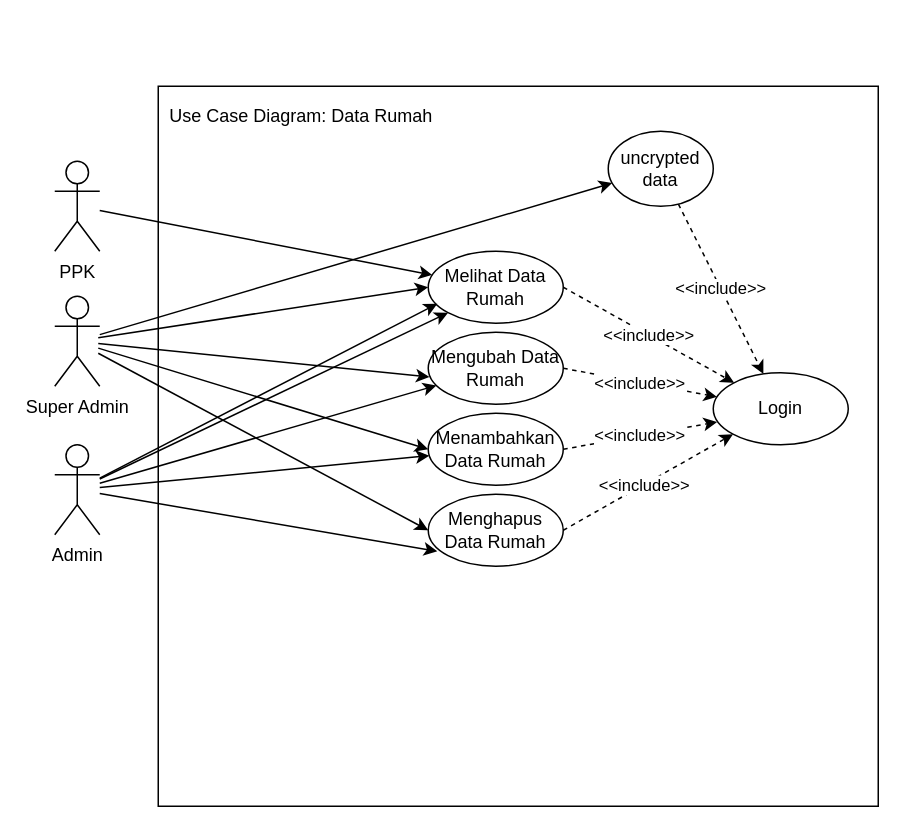
Earlier version of the draw.io diagram page "Data Rumah" (5 of 13) of screenshot/usecasediagram.drawio (ilhamtaufiq/simspald). Source tidied: cells renumbered, new cells numbered last; positions are measured from the earlier drawing's top-left corner, leaving out a move shared by most shapes. Both pictures are drawn from the tidied source at 150%, with x=0, y=0 at pixel (54, 86).
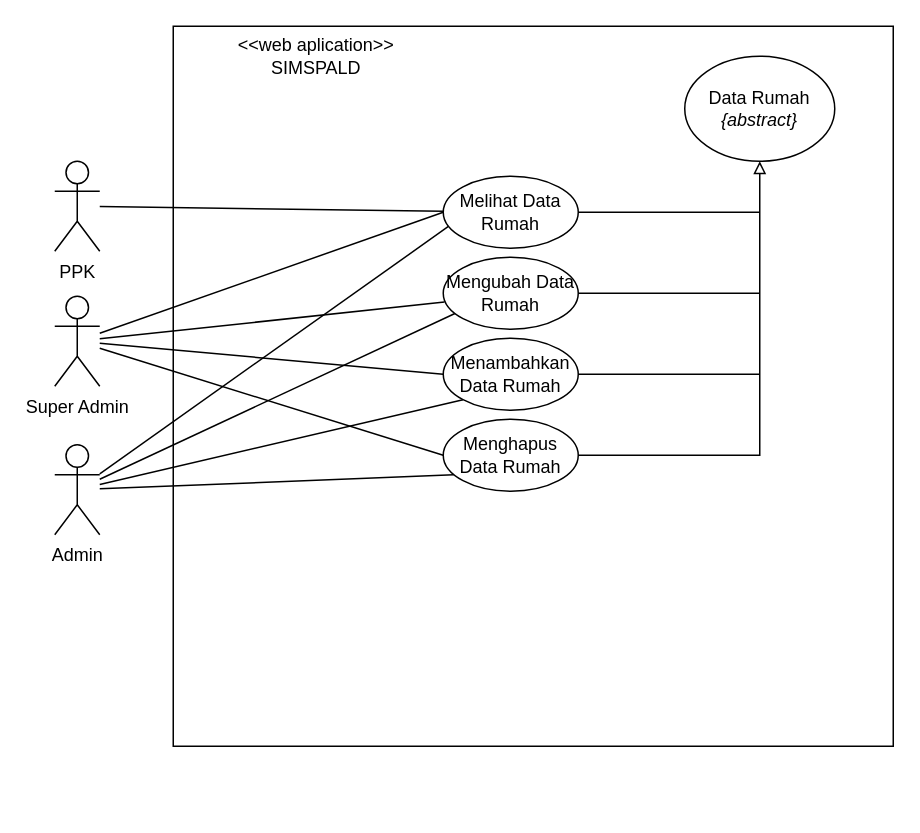
Above is the later version.

Unchanged cells that the change refers to:
```xml
<mxCell id="28" value="PPK" style="shape=umlActor;verticalLabelPosition=bottom;verticalAlign=top;html=1;outlineConnect=0;fillColor=none;" parent="1" vertex="1">
  <mxGeometry y="50" width="30" height="60" as="geometry" />
</mxCell>
```

Diff of the diagram source:
```diff
@@
-    <mxCell id="2" style="whiteSpace=wrap;html=1;fillColor=none;" parent="1" vertex="1">
-      <mxGeometry x="69" width="480" height="480" as="geometry" />
-    </mxCell>
-    <mxCell id="3" style="rounded=0;jettySize=auto;html=1;entryX=0;entryY=0.5;entryDx=0;entryDy=0;" parent="1" edge="1" target="8">
-      <mxGeometry relative="1" as="geometry">
-        <mxPoint x="29" y="167.7" as="sourcePoint" />
-      </mxGeometry>
-    </mxCell>
-    <mxCell id="4" style="edgeStyle=none;rounded=0;jettySize=auto;html=1;entryX=0.009;entryY=0.378;entryDx=0;entryDy=0;entryPerimeter=0;strokeColor=#000000;" parent="1" edge="1" target="9">
-      <mxGeometry relative="1" as="geometry">
-        <mxPoint x="29" y="171.5" as="sourcePoint" />
-      </mxGeometry>
-    </mxCell>
-    <mxCell id="5" style="edgeStyle=none;rounded=0;jettySize=auto;html=1;entryX=0;entryY=0.5;entryDx=0;entryDy=0;strokeColor=#000000;" parent="1" edge="1" target="11">
-      <mxGeometry relative="1" as="geometry">
-        <mxPoint x="29" y="174.6" as="sourcePoint" />
-      </mxGeometry>
-    </mxCell>
-    <mxCell id="6" style="edgeStyle=none;rounded=0;jettySize=auto;html=1;entryX=0;entryY=0.5;entryDx=0;entryDy=0;strokeColor=#000000;" parent="1" edge="1" target="10">
-      <mxGeometry relative="1" as="geometry">
-        <mxPoint x="29" y="178" as="sourcePoint" />
-      </mxGeometry>
-    </mxCell>
-    <mxCell id="7" style="group;" parent="1" vertex="1">
-      <mxGeometry x="249" y="110" width="90" height="210" as="geometry" />
-    </mxCell>
+    <mxCell id="31" style="whiteSpace=wrap;html=1;fillColor=none;" parent="1" vertex="1">
+      <mxGeometry x="79" y="-40" width="480" height="480" as="geometry" />
+    </mxCell>
+    <mxCell id="32" style="rounded=0;jettySize=auto;html=1;entryX=0;entryY=0.5;entryDx=0;entryDy=0;endArrow=none;endFill=0;" parent="1" edge="1" source="20" target="8">
+      <mxGeometry relative="1" as="geometry" />
+    </mxCell>
+    <mxCell id="33" style="edgeStyle=none;rounded=0;jettySize=auto;html=1;entryX=0.009;entryY=0.378;entryDx=0;entryDy=0;entryPerimeter=0;strokeColor=#000000;endArrow=none;endFill=0;" parent="1" edge="1" source="20" target="9">
+      <mxGeometry relative="1" as="geometry" />
+    </mxCell>
+    <mxCell id="34" style="edgeStyle=none;rounded=0;jettySize=auto;html=1;entryX=0;entryY=0.5;entryDx=0;entryDy=0;strokeColor=#000000;endArrow=none;endFill=0;" parent="1" edge="1" source="20" target="11">
+      <mxGeometry relative="1" as="geometry" />
+    </mxCell>
+    <mxCell id="35" style="edgeStyle=none;rounded=0;jettySize=auto;html=1;entryX=0;entryY=0.5;entryDx=0;entryDy=0;strokeColor=#000000;endArrow=none;endFill=0;" parent="1" edge="1" source="20" target="10">
+      <mxGeometry relative="1" as="geometry" />
+    </mxCell>
+    <mxCell id="20" value="Super Admin" style="shape=umlActor;verticalLabelPosition=bottom;verticalAlign=top;html=1;outlineConnect=0;" parent="1" vertex="1">
+      <mxGeometry y="140" width="30" height="60" as="geometry" />
+    </mxCell>
+    <mxCell id="36" style="edgeStyle=none;rounded=0;jettySize=auto;html=1;entryX=0.046;entryY=0.313;entryDx=0;entryDy=0;entryPerimeter=0;strokeColor=#000000;endArrow=none;endFill=0;" parent="1" edge="1" source="26" target="8">
+      <mxGeometry relative="1" as="geometry" />
+    </mxCell>
+    <mxCell id="37" style="edgeStyle=none;rounded=0;jettySize=auto;html=1;shadow=0;startArrow=none;startFill=0;endArrow=none;endFill=0;strokeColor=#000000;" parent="1" edge="1" source="26">
+      <mxGeometry relative="1" as="geometry">
+        <mxPoint x="270" y="150" as="targetPoint" />
+      </mxGeometry>
+    </mxCell>
+    <mxCell id="23" style="edgeStyle=none;rounded=0;jettySize=auto;html=1;entryX=0;entryY=1;entryDx=0;entryDy=0;shadow=0;startArrow=none;startFill=0;endArrow=none;endFill=0;strokeColor=#000000;" parent="1" edge="1" source="26" target="11">
+      <mxGeometry relative="1" as="geometry" />
+    </mxCell>
+    <mxCell id="22" style="edgeStyle=none;rounded=0;jettySize=auto;html=1;entryX=0.078;entryY=0.229;entryDx=0;entryDy=0;entryPerimeter=0;shadow=0;startArrow=none;startFill=0;endArrow=none;endFill=0;strokeColor=#000000;" parent="1" edge="1" source="26" target="10">
+      <mxGeometry relative="1" as="geometry" />
+    </mxCell>
+    <mxCell id="26" value="Admin" style="shape=umlActor;verticalLabelPosition=bottom;verticalAlign=top;html=1;outlineConnect=0;" parent="1" vertex="1">
+      <mxGeometry y="239" width="30" height="60" as="geometry" />
+    </mxCell>
+    <mxCell id="38" style="group;" parent="1" vertex="1">
+      <mxGeometry x="259" y="60" width="90" height="210" as="geometry" />
+    </mxCell>
-    <mxCell id="8" value="Melihat Data Rumah" style="ellipse;whiteSpace=wrap;html=1;flipV=1;" parent="7" vertex="1">
+    <mxCell id="8" value="Melihat Data Rumah" style="ellipse;whiteSpace=wrap;html=1;flipV=1;" parent="38" vertex="1">
       <mxGeometry width="90" height="48" as="geometry" />
     </mxCell>
-    <mxCell id="9" value="Mengubah Data Rumah" style="ellipse;whiteSpace=wrap;html=1;flipV=1;" parent="7" vertex="1">
+    <mxCell id="9" value="Mengubah Data Rumah" style="ellipse;whiteSpace=wrap;html=1;flipV=1;" parent="38" vertex="1">
       <mxGeometry y="54" width="90" height="48" as="geometry" />
     </mxCell>
-    <mxCell id="10" value="Menghapus Data Rumah" style="ellipse;whiteSpace=wrap;html=1;flipV=1;" parent="7" vertex="1">
+    <mxCell id="10" value="Menghapus Data Rumah" style="ellipse;whiteSpace=wrap;html=1;flipV=1;" parent="38" vertex="1">
       <mxGeometry y="162" width="90" height="48" as="geometry" />
     </mxCell>
-    <mxCell id="11" value="Menambahkan Data Rumah" style="ellipse;whiteSpace=wrap;html=1;flipV=1;" parent="7" vertex="1">
+    <mxCell id="11" value="Menambahkan Data Rumah" style="ellipse;whiteSpace=wrap;html=1;flipV=1;" parent="38" vertex="1">
       <mxGeometry y="108" width="90" height="48" as="geometry" />
     </mxCell>
-    <mxCell id="12" value="Login" style="ellipse;whiteSpace=wrap;html=1;flipV=1;" parent="1" vertex="1">
-      <mxGeometry x="439" y="191" width="90" height="48" as="geometry" />
-    </mxCell>
-    <mxCell id="13" value="&amp;lt;&amp;lt;include&amp;gt;&amp;gt;" style="edgeStyle=none;rounded=0;jettySize=auto;html=1;exitX=1;exitY=0.5;exitDx=0;exitDy=0;strokeColor=#000000;dashed=1;shadow=0;" parent="1" edge="1" source="8" target="12">
-      <mxGeometry relative="1" as="geometry" />
-    </mxCell>
-    <mxCell id="14" value="&amp;lt;&amp;lt;include&amp;gt;&amp;gt;" style="edgeStyle=none;rounded=0;jettySize=auto;html=1;exitX=1;exitY=0.5;exitDx=0;exitDy=0;dashed=1;strokeColor=#000000;" parent="1" edge="1" source="9" target="12">
-      <mxGeometry relative="1" as="geometry" />
-    </mxCell>
-    <mxCell id="15" value="&amp;lt;&amp;lt;include&amp;gt;&amp;gt;" style="edgeStyle=none;rounded=0;jettySize=auto;html=1;exitX=1;exitY=0.5;exitDx=0;exitDy=0;entryX=0.028;entryY=0.316;entryDx=0;entryDy=0;entryPerimeter=0;dashed=1;strokeColor=#000000;" parent="1" edge="1" source="11" target="12">
-      <mxGeometry relative="1" as="geometry" />
-    </mxCell>
-    <mxCell id="16" style="edgeStyle=none;rounded=0;jettySize=auto;html=1;exitX=1;exitY=0.5;exitDx=0;exitDy=0;entryX=0;entryY=1;entryDx=0;entryDy=0;dashed=1;strokeColor=#000000;" parent="1" edge="1" source="10" target="12">
-      <mxGeometry relative="1" as="geometry" />
-    </mxCell>
-    <mxCell id="17" value="&amp;lt;&amp;lt;include&amp;gt;&amp;gt;" style="edgeLabel;html=1;align=center;verticalAlign=middle;" parent="16" vertex="1">
-      <mxGeometry x="-0.06" relative="1" as="geometry" />
-    </mxCell>
-    <mxCell id="18" value="Use Case Diagram: Data Rumah" style="text;html=1;strokeColor=none;fillColor=none;align=center;verticalAlign=middle;whiteSpace=wrap;rounded=0;" parent="1" vertex="1">
-      <mxGeometry x="69" y="10" width="191" height="20" as="geometry" />
-    </mxCell>
-    <mxCell id="19" style="edgeStyle=none;rounded=0;jettySize=auto;html=1;shadow=0;strokeColor=#000000;" parent="1" edge="1" source="20" target="30">
-      <mxGeometry relative="1" as="geometry" />
-    </mxCell>
-    <mxCell id="20" value="Super Admin" style="shape=umlActor;verticalLabelPosition=bottom;verticalAlign=top;html=1;outlineConnect=0;" parent="1" vertex="1">
-      <mxGeometry y="140" width="30" height="60" as="geometry" />
-    </mxCell>
-    <mxCell id="21" style="edgeStyle=none;rounded=0;jettySize=auto;html=1;entryX=0.067;entryY=0.271;entryDx=0;entryDy=0;entryPerimeter=0;shadow=0;strokeColor=#000000;" parent="1" edge="1" source="26" target="8">
-      <mxGeometry relative="1" as="geometry" />
-    </mxCell>
-    <mxCell id="22" style="edgeStyle=none;rounded=0;jettySize=auto;html=1;entryX=0.067;entryY=0.208;entryDx=0;entryDy=0;entryPerimeter=0;shadow=0;strokeColor=#000000;" parent="1" edge="1" source="26" target="10">
-      <mxGeometry relative="1" as="geometry" />
-    </mxCell>
-    <mxCell id="23" style="edgeStyle=none;rounded=0;jettySize=auto;html=1;shadow=0;strokeColor=#000000;" parent="1" edge="1" source="26" target="11">
-      <mxGeometry relative="1" as="geometry" />
-    </mxCell>
-    <mxCell id="24" style="edgeStyle=none;rounded=0;jettySize=auto;html=1;shadow=0;strokeColor=#000000;" parent="1" edge="1" source="26" target="9">
-      <mxGeometry relative="1" as="geometry" />
-    </mxCell>
-    <mxCell id="25" style="edgeStyle=none;rounded=0;jettySize=auto;html=1;entryX=0;entryY=1;entryDx=0;entryDy=0;shadow=0;strokeColor=#000000;" parent="1" edge="1" source="26" target="8">
-      <mxGeometry relative="1" as="geometry" />
-    </mxCell>
-    <mxCell id="26" value="Admin" style="shape=umlActor;verticalLabelPosition=bottom;verticalAlign=top;html=1;outlineConnect=0;" parent="1" vertex="1">
-      <mxGeometry y="239" width="30" height="60" as="geometry" />
-    </mxCell>
-    <mxCell id="27" style="edgeStyle=none;rounded=0;jettySize=auto;html=1;shadow=0;strokeColor=#000000;" parent="1" edge="1" source="28" target="8">
+    <mxCell id="27" style="edgeStyle=none;rounded=0;jettySize=auto;html=1;shadow=0;strokeColor=#000000;endArrow=none;endFill=0;" parent="1" edge="1" source="28" target="8">
       <mxGeometry relative="1" as="geometry" />
     </mxCell>
@@
-    <mxCell id="29" value="&amp;lt;&amp;lt;include&amp;gt;&amp;gt;" style="edgeStyle=none;rounded=0;jettySize=auto;html=1;shadow=0;strokeColor=#000000;dashed=1;" parent="1" edge="1" source="30" target="12">
-      <mxGeometry relative="1" as="geometry" />
-    </mxCell>
-    <mxCell id="30" value="&lt;div&gt;uncrypted&lt;/div&gt;&lt;div&gt;data&lt;br&gt;&lt;/div&gt;" style="ellipse;whiteSpace=wrap;html=1;fillColor=none;" parent="1" vertex="1">
-      <mxGeometry x="369" y="30" width="70" height="50" as="geometry" />
-    </mxCell>
+    <mxCell id="39" value="&lt;div&gt;&amp;lt;&amp;lt;web aplication&amp;gt;&amp;gt;&lt;/div&gt;&lt;div&gt;SIMSPALD&lt;br&gt;&lt;/div&gt;" style="text;html=1;strokeColor=none;fillColor=none;align=center;verticalAlign=middle;whiteSpace=wrap;rounded=0;" parent="1" vertex="1">
+      <mxGeometry x="79" y="-40" width="191" height="40" as="geometry" />
+    </mxCell>
+    <mxCell id="40" style="edgeStyle=none;rounded=0;jettySize=auto;html=1;entryX=0.5;entryY=1;entryDx=0;entryDy=0;shadow=0;startArrow=none;startFill=0;endArrow=block;endFill=0;strokeColor=#000000;exitX=1;exitY=0.5;exitDx=0;exitDy=0;" parent="1" edge="1" source="10">
+      <mxGeometry relative="1" as="geometry">
+        <mxPoint x="470" y="50" as="targetPoint" />
+        <Array as="points">
+          <mxPoint x="470" y="246" />
+          <mxPoint x="470" y="160" />
+        </Array>
+      </mxGeometry>
+    </mxCell>
+    <mxCell id="41" style="edgeStyle=none;rounded=0;jettySize=auto;html=1;shadow=0;startArrow=none;startFill=0;endArrow=none;endFill=0;strokeColor=#000000;" parent="1" edge="1" source="11">
+      <mxGeometry relative="1" as="geometry">
+        <mxPoint x="470" y="192" as="targetPoint" />
+      </mxGeometry>
+    </mxCell>
+    <mxCell id="42" style="edgeStyle=none;rounded=0;jettySize=auto;html=1;shadow=0;startArrow=none;startFill=0;endArrow=none;endFill=0;strokeColor=#000000;" parent="1" edge="1" source="9">
+      <mxGeometry relative="1" as="geometry">
+        <mxPoint x="470" y="138" as="targetPoint" />
+      </mxGeometry>
+    </mxCell>
+    <mxCell id="43" style="edgeStyle=none;rounded=0;jettySize=auto;html=1;shadow=0;startArrow=none;startFill=0;endArrow=none;endFill=0;strokeColor=#000000;" parent="1" edge="1" source="8">
+      <mxGeometry relative="1" as="geometry">
+        <mxPoint x="470" y="84" as="targetPoint" />
+      </mxGeometry>
+    </mxCell>
+    <mxCell id="44" value="&lt;div&gt;Data Rumah&lt;br&gt;&lt;/div&gt;&lt;div&gt;&lt;i&gt;{abstract}&lt;/i&gt;&lt;br&gt;&lt;/div&gt;" style="ellipse;whiteSpace=wrap;html=1;fillColor=none;" parent="1" vertex="1">
+      <mxGeometry x="420" y="-20" width="100" height="70" as="geometry" />
+    </mxCell>
```
